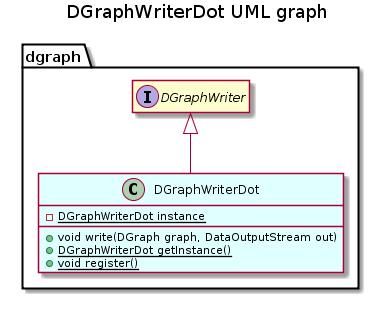
Earlier version of the PlantUML export api/dgraph/DGraphWriterDot.png (EstrellaRL/java-lattices). The source it was exported from:
```plantuml
@startuml DGraphWriterDot.png
package dgraph {
    class DGraphWriterDot {
    	-{static}DGraphWriterDot instance
        +void write(DGraph graph, DataOutputStream out)
        +{static}DGraphWriterDot getInstance()
        +{static}void register()
    }

    DGraphWriter <|-- DGraphWriterDot
}
package dgraph {
    interface DGraphWriter {
        +void write(DGraph graph, DataOutputStream out)
    }
}

 hide members
 show DGraphWriterDot members
 class DGraphWriterDot #LightCyan
 title DGraphWriterDot UML graph
@enduml
```
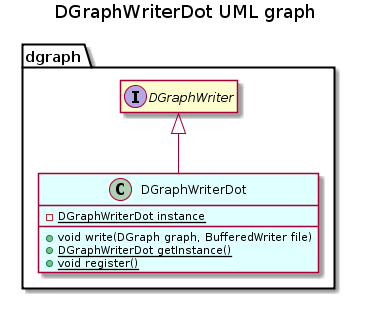
The same file after the commit.

What changed in the source:
```diff
@@ -2,7 +2,7 @@
 package dgraph {
     class DGraphWriterDot {
     	-{static}DGraphWriterDot instance
-        +void write(DGraph graph, DataOutputStream out)
+        +void write(DGraph graph, BufferedWriter file)
         +{static}DGraphWriterDot getInstance()
         +{static}void register()
     }
@@ -11,7 +11,7 @@
 }
 package dgraph {
     interface DGraphWriter {
-        +void write(DGraph graph, DataOutputStream out)
+        +void write(DGraph graph, BufferedWriter file)
     }
 }
 
```
